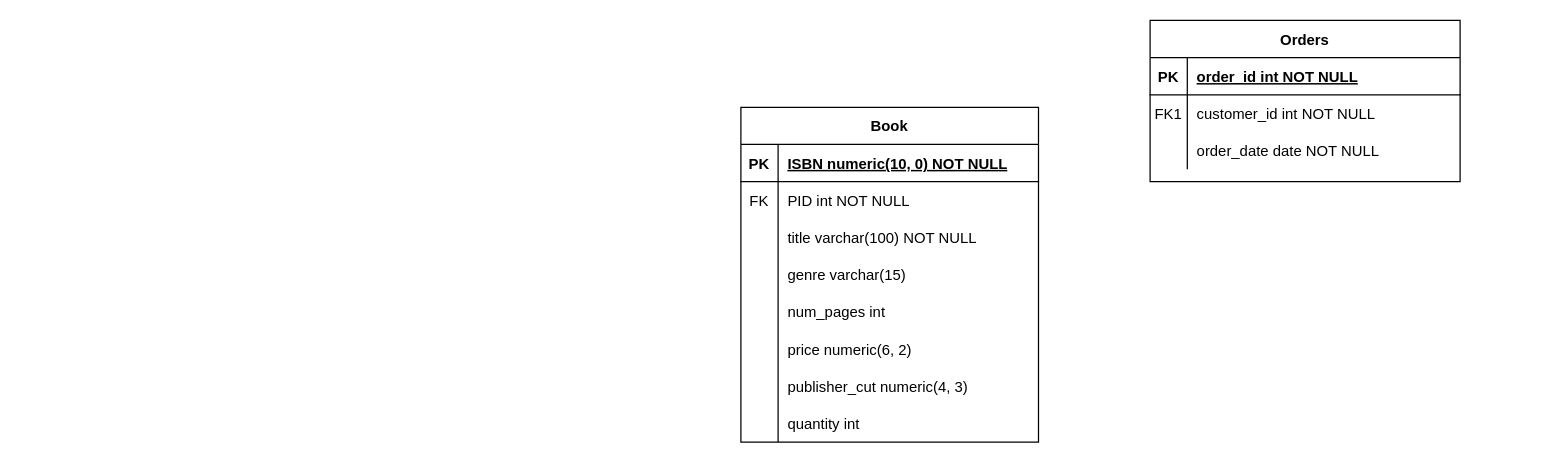
This is diagrams/ER Diagram.drawio from AdamArrhaoui/COMP3005-LookInnaBook, a draw.io file, before an edit. Source tidied: cells renumbered, new cells numbered last; positions are measured from the earlier drawing's top-left corner, leaving out a move shared by most shapes. Both pictures are drawn from the tidied source at 124%, with x=0, y=0 at pixel (740, 20).
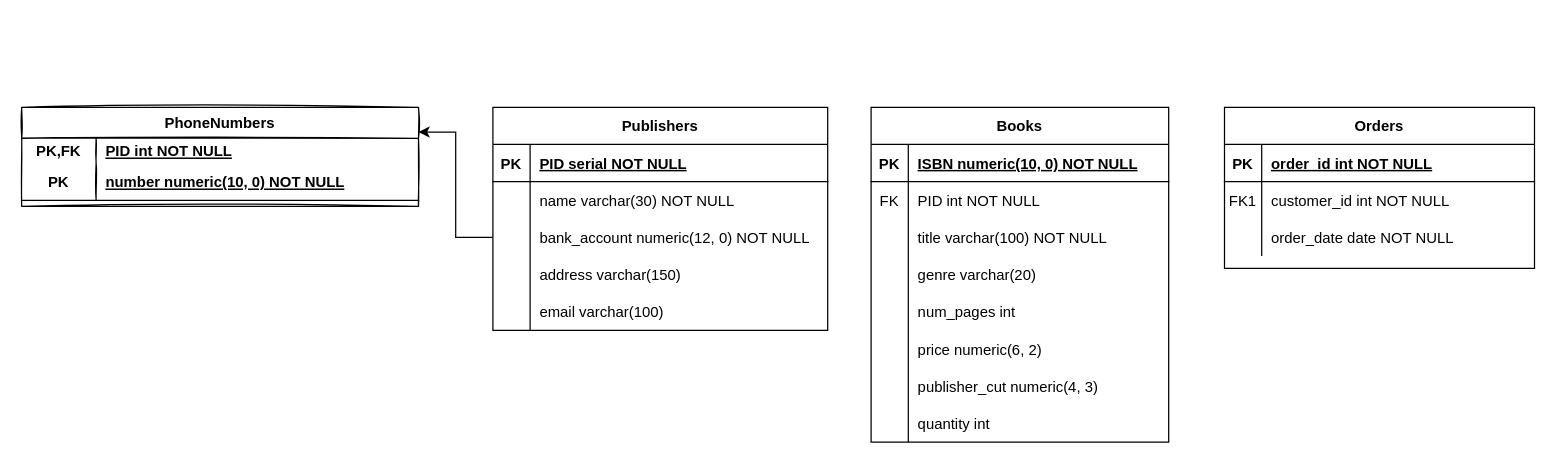
The same page after the edit.

The change refers to these unchanged cells:
```xml
<mxCell id="22" style="shape=tableRow;horizontal=0;startSize=0;swimlaneHead=0;swimlaneBody=0;fillColor=none;top=0;left=0;right=0;bottom=0;" parent="12" vertex="1">
  <mxGeometry y="120" width="240" height="30" as="geometry" />
</mxCell>
```

What changed in the source:
```diff
@@
     <mxCell id="2" value="Orders" style="shape=table;startSize=30;childLayout=tableLayout;rowLines=0;fontStyle=1;align=center;" parent="1" vertex="1">
-      <mxGeometry x="330" width="250" height="130" as="geometry" />
+      <mxGeometry x="390" y="70" width="250" height="130" as="geometry" />
     </mxCell>
@@
-    <mxCell id="12" value="Book" style="shape=table;startSize=30;childLayout=tableLayout;rowLines=0;fontStyle=1;align=center;" parent="1" vertex="1">
-      <mxGeometry y="70" width="240" height="270" as="geometry" />
+    <mxCell id="12" value="Books" style="shape=table;startSize=30;childLayout=tableLayout;rowLines=0;fontStyle=1;align=center;" parent="1" vertex="1">
+      <mxGeometry x="105" y="70" width="240" height="270" as="geometry" />
     </mxCell>
@@
-    <mxCell id="24" value="genre varchar(15)" style="shape=partialRectangle;fillColor=none;top=0;left=0;bottom=0;right=0;align=left;spacingLeft=6;overflow=hidden;" parent="22" vertex="1">
+    <mxCell id="24" value="genre varchar(20)" style="shape=partialRectangle;fillColor=none;top=0;left=0;bottom=0;right=0;align=left;spacingLeft=6;overflow=hidden;" parent="22" vertex="1">
       <mxGeometry x="30" width="210" height="30" as="geometry" />
     </mxCell>
@@
+    <mxCell id="37" value="Publishers" style="shape=table;startSize=30;childLayout=tableLayout;rowLines=0;fontStyle=1;align=center;" parent="1" vertex="1">
+      <mxGeometry x="-200" y="70" width="270" height="180" as="geometry" />
+    </mxCell>
+    <mxCell id="38" style="shape=tableRow;horizontal=0;startSize=0;swimlaneHead=0;swimlaneBody=0;fillColor=none;top=0;left=0;right=0;bottom=1;" parent="37" vertex="1">
+      <mxGeometry y="30" width="270" height="30" as="geometry" />
+    </mxCell>
+    <mxCell id="39" value="PK" style="shape=partialRectangle;fillColor=none;top=0;left=0;bottom=0;right=0;fontStyle=1;overflow=hidden;" parent="38" vertex="1">
+      <mxGeometry width="30" height="30" as="geometry" />
+    </mxCell>
+    <mxCell id="40" value="PID serial NOT NULL" style="shape=partialRectangle;fillColor=none;top=0;left=0;bottom=0;right=0;align=left;spacingLeft=6;fontStyle=5;overflow=hidden;" parent="38" vertex="1">
+      <mxGeometry x="30" width="240" height="30" as="geometry" />
+    </mxCell>
+    <mxCell id="41" style="shape=tableRow;horizontal=0;startSize=0;swimlaneHead=0;swimlaneBody=0;fillColor=none;top=0;left=0;right=0;bottom=0;" parent="37" vertex="1">
+      <mxGeometry y="60" width="270" height="30" as="geometry" />
+    </mxCell>
+    <mxCell id="42" style="shape=partialRectangle;fillColor=none;top=0;left=0;bottom=0;right=0;overflow=hidden;" parent="41" vertex="1">
+      <mxGeometry width="30" height="30" as="geometry" />
+    </mxCell>
+    <mxCell id="43" value="name varchar(30) NOT NULL" style="shape=partialRectangle;fillColor=none;top=0;left=0;bottom=0;right=0;align=left;spacingLeft=6;overflow=hidden;" parent="41" vertex="1">
+      <mxGeometry x="30" width="240" height="30" as="geometry" />
+    </mxCell>
+    <mxCell id="44" style="shape=tableRow;horizontal=0;startSize=0;swimlaneHead=0;swimlaneBody=0;fillColor=none;points=[[0,0.5],[1,0.5]];portConstraint=eastwest;top=0;left=0;right=0;bottom=0;" parent="37" vertex="1">
+      <mxGeometry y="90" width="270" height="30" as="geometry" />
+    </mxCell>
+    <mxCell id="45" style="shape=partialRectangle;fillColor=none;top=0;left=0;bottom=0;right=0;overflow=hidden;" parent="44" vertex="1">
+      <mxGeometry width="30" height="30" as="geometry" />
+    </mxCell>
+    <mxCell id="46" value="bank_account numeric(12, 0) NOT NULL" style="shape=partialRectangle;fillColor=none;top=0;left=0;bottom=0;right=0;align=left;spacingLeft=6;overflow=hidden;" parent="44" vertex="1">
+      <mxGeometry x="30" width="240" height="30" as="geometry" />
+    </mxCell>
+    <mxCell id="47" style="shape=tableRow;horizontal=0;startSize=0;swimlaneHead=0;swimlaneBody=0;fillColor=none;top=0;left=0;right=0;bottom=0;" parent="37" vertex="1">
+      <mxGeometry y="120" width="270" height="30" as="geometry" />
+    </mxCell>
+    <mxCell id="48" style="shape=partialRectangle;fillColor=none;top=0;left=0;bottom=0;right=0;overflow=hidden;" parent="47" vertex="1">
+      <mxGeometry width="30" height="30" as="geometry" />
+    </mxCell>
+    <mxCell id="49" value="address varchar(150)" style="shape=partialRectangle;fillColor=none;top=0;left=0;bottom=0;right=0;align=left;spacingLeft=6;overflow=hidden;" parent="47" vertex="1">
+      <mxGeometry x="30" width="240" height="30" as="geometry" />
+    </mxCell>
+    <mxCell id="50" style="shape=tableRow;horizontal=0;startSize=0;swimlaneHead=0;swimlaneBody=0;fillColor=none;top=0;left=0;right=0;bottom=0;" parent="37" vertex="1">
+      <mxGeometry y="150" width="270" height="30" as="geometry" />
+    </mxCell>
+    <mxCell id="51" style="shape=partialRectangle;fillColor=none;top=0;left=0;bottom=0;right=0;overflow=hidden;" parent="50" vertex="1">
+      <mxGeometry width="30" height="30" as="geometry" />
+    </mxCell>
+    <mxCell id="52" value="email varchar(100)" style="shape=partialRectangle;fillColor=none;top=0;left=0;bottom=0;right=0;align=left;spacingLeft=6;overflow=hidden;" parent="50" vertex="1">
+      <mxGeometry x="30" width="240" height="30" as="geometry" />
+    </mxCell>
+    <mxCell id="53" value="PhoneNumbers" style="shape=table;startSize=25;childLayout=tableLayout;rowLines=0;fontStyle=1;align=center;perimeterSpacing=0;swimlaneFillColor=none;shadow=0;swimlaneLine=1;sketch=1;gradientColor=none;fixDash=0;" parent="1" vertex="1">
+      <mxGeometry x="-580" y="70" width="320" height="80" as="geometry" />
+    </mxCell>
+    <mxCell id="54" style="shape=tableRow;horizontal=0;startSize=0;swimlaneHead=0;swimlaneBody=0;fillColor=none;top=0;left=0;right=0;bottom=0;" parent="53" vertex="1">
+      <mxGeometry y="25" width="320" height="20" as="geometry" />
+    </mxCell>
+    <mxCell id="55" value="PK,FK" style="shape=partialRectangle;fillColor=none;top=0;left=0;bottom=0;right=0;fontStyle=1;overflow=hidden;" parent="54" vertex="1">
+      <mxGeometry width="60" height="20" as="geometry" />
+    </mxCell>
+    <mxCell id="56" value="PID int NOT NULL" style="shape=partialRectangle;fillColor=none;top=0;left=0;bottom=0;right=0;align=left;spacingLeft=6;fontStyle=5;overflow=hidden;" parent="54" vertex="1">
+      <mxGeometry x="60" width="260" height="20" as="geometry" />
+    </mxCell>
+    <mxCell id="57" style="shape=tableRow;horizontal=0;startSize=0;swimlaneHead=0;swimlaneBody=0;fillColor=none;top=0;left=0;right=0;bottom=1;" parent="53" vertex="1">
+      <mxGeometry y="45" width="320" height="30" as="geometry" />
+    </mxCell>
+    <mxCell id="58" value="PK" style="shape=partialRectangle;fillColor=none;top=0;left=0;bottom=0;right=0;fontStyle=1;overflow=hidden;" parent="57" vertex="1">
+      <mxGeometry width="60" height="30" as="geometry" />
+    </mxCell>
+    <mxCell id="59" value="number numeric(10, 0) NOT NULL" style="shape=partialRectangle;fillColor=none;top=0;left=0;bottom=0;right=0;align=left;spacingLeft=6;fontStyle=5;overflow=hidden;" parent="57" vertex="1">
+      <mxGeometry x="60" width="260" height="30" as="geometry" />
+    </mxCell>
+    <mxCell id="60" style="edgeStyle=orthogonalEdgeStyle;rounded=0;jettySize=auto;html=1;entryX=1;entryY=0.25;entryDx=0;entryDy=0;" parent="1" edge="1" source="44" target="53">
+      <mxGeometry relative="1" as="geometry" />
+    </mxCell>
```
